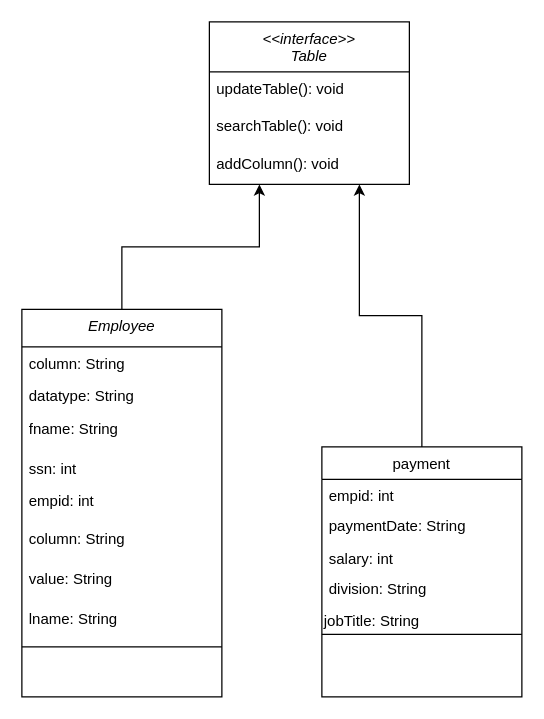
Above: Diagram/Class Digram.drawio in linnypham/CSC3350_project (draw.io), before the change. Source tidied: cells renumbered, new cells numbered last; positions are measured from the earlier drawing's top-left corner, leaving out a move shared by most shapes. Both pictures are drawn from the tidied source at 125%, with x=0, y=0 at pixel (21, 21).
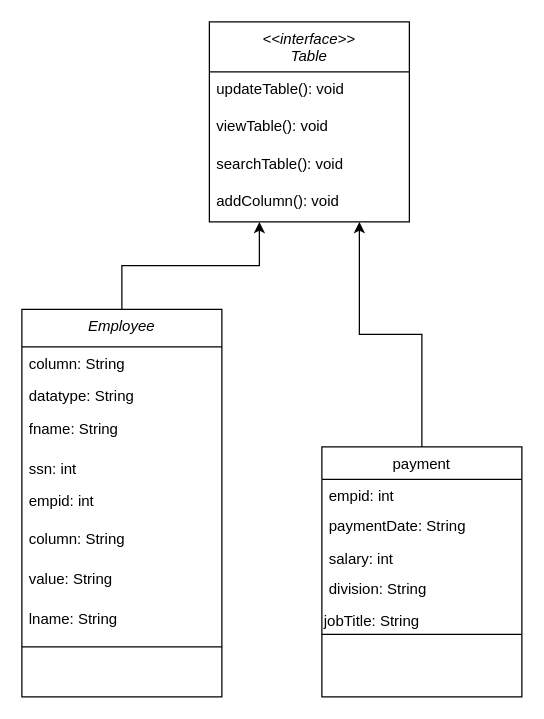
The same diagram, later.

Diff of the diagram source:
```diff
@@
     <mxCell id="2" value="&lt;&lt;interface&gt;&gt;&#10;Table&#10;" style="swimlane;fontStyle=2;align=center;verticalAlign=top;horizontal=1;startSize=40;rounded=0;shadow=0;strokeWidth=1;" parent="1" vertex="1">
-      <mxGeometry x="150" width="160" height="130" as="geometry" />
+      <mxGeometry x="150" width="160" height="160" as="geometry" />
     </mxCell>
@@
+    <mxCell id="25" value="viewTable(): void" style="text;align=left;verticalAlign=top;spacingLeft=4;spacingRight=4;overflow=hidden;" parent="2" vertex="1">
+      <mxGeometry y="70" width="160" height="30" as="geometry" />
+    </mxCell>
     <mxCell id="4" value="searchTable(): void" style="text;align=left;verticalAlign=top;spacingLeft=4;spacingRight=4;overflow=hidden;" parent="2" vertex="1">
-      <mxGeometry y="70" width="160" height="30" as="geometry" />
+      <mxGeometry y="100" width="160" height="30" as="geometry" />
     </mxCell>
     <mxCell id="5" value="addColumn(): void" style="text;align=left;verticalAlign=top;spacingLeft=4;spacingRight=4;overflow=hidden;" parent="2" vertex="1">
-      <mxGeometry y="100" width="160" height="30" as="geometry" />
+      <mxGeometry y="130" width="160" height="30" as="geometry" />
     </mxCell>
```
